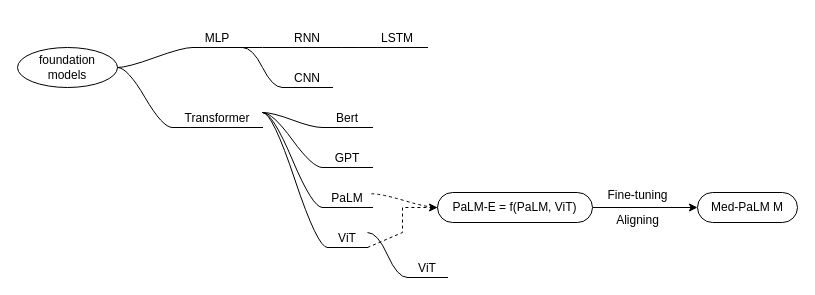
Above: foundationmodels.drawio in dorbodwolf/AGI_LLM_NOTES (draw.io), before the change. Source tidied: cells renumbered, new cells numbered last; positions are measured from the earlier drawing's top-left corner, leaving out a move shared by most shapes. Both pictures are drawn from the tidied source at 100%, with x=0, y=0 at pixel (17, 17).
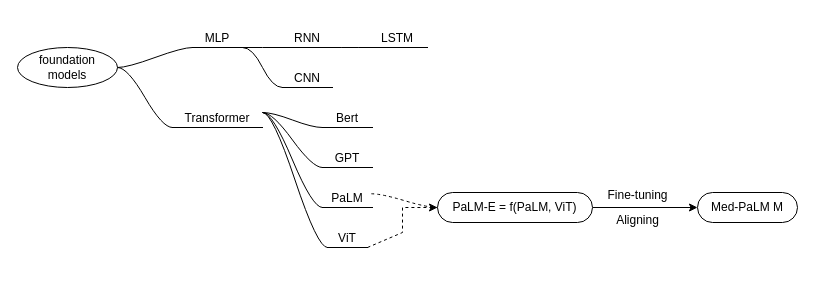
The same diagram, later.

The change refers to these unchanged cells:
```xml
<mxCell id="21" value="ViT" style="whiteSpace=wrap;html=1;shape=partialRectangle;top=0;left=0;bottom=1;right=0;points=[[0,1],[1,1]];strokeColor=#000000;fillColor=none;align=center;verticalAlign=bottom;routingCenterY=0.5;snapToPoint=1;" parent="1" vertex="1">
  <mxGeometry x="310" y="200" width="40" height="30" as="geometry" />
</mxCell>
```

Diff of the diagram source:
```diff
@@
-    <mxCell id="28" style="edgeStyle=entityRelationEdgeStyle;startArrow=none;endArrow=none;segment=10;curved=1;rounded=0;exitX=1;exitY=0.5;exitDx=0;exitDy=0;" parent="1" edge="1" source="21" target="29">
-      <mxGeometry relative="1" as="geometry" />
-    </mxCell>
-    <mxCell id="29" value="ViT" style="whiteSpace=wrap;html=1;shape=partialRectangle;top=0;left=0;bottom=1;right=0;points=[[0,1],[1,1]];strokeColor=#000000;fillColor=none;align=center;verticalAlign=bottom;routingCenterY=0.5;snapToPoint=1;" parent="1" vertex="1">
-      <mxGeometry x="390" y="230" width="40" height="30" as="geometry" />
-    </mxCell>
```
